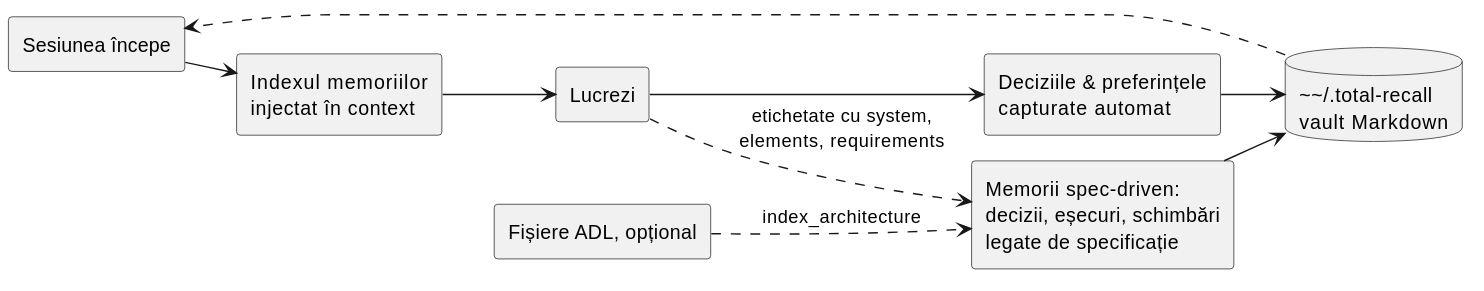
The PlantUML diagram docs/diagrams/session-loop-ro.svg in adrian-balaban/total-recall, before a commit.
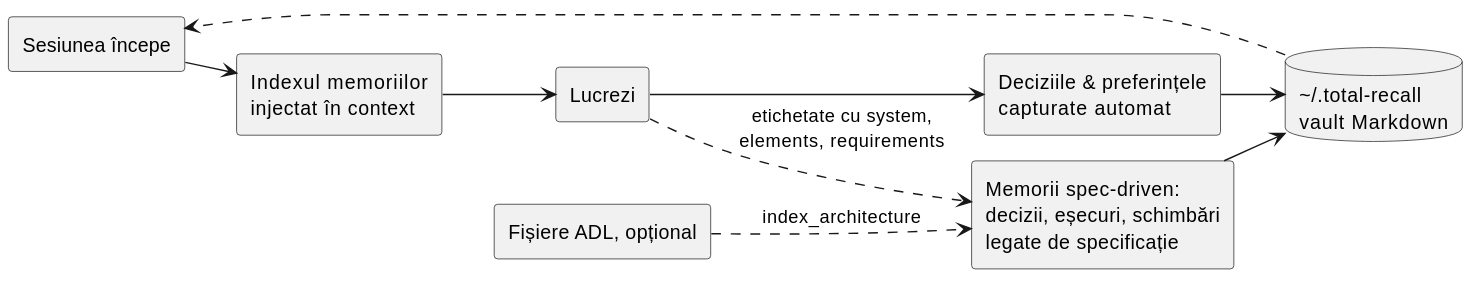
The same file after the commit.

Commit message:
docs: escape tilde in session loop diagram path

Diff of the diagram source:
```diff
@@ -8,7 +8,7 @@
 rectangle "Indexul memoriilor\ninjectat în context" as B
 rectangle "Lucrezi" as C
 rectangle "Deciziile & preferințele\ncapturate automat" as D
-database "~~/.total-recall\nvault Markdown" as E
+database "<U+007E>/.total-recall\nvault Markdown" as E
 rectangle "Memorii spec-driven:\ndecizii, eșecuri, schimbări\nlegate de specificație" as G
 rectangle "Fișiere ADL, opțional" as Hh
 A --> B
```
